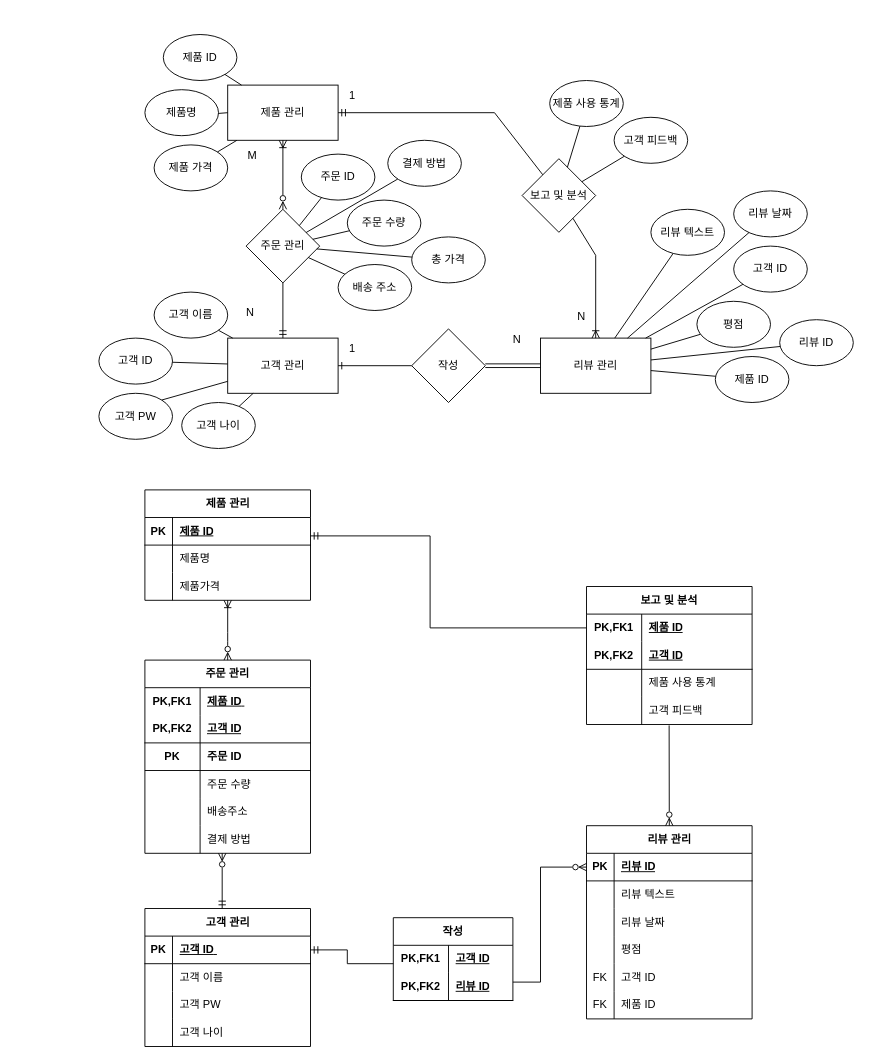
Earlier version of the draw.io diagram shopping_ERdiagram.drawio (yj1508/S_db_ERdiagram). Source tidied: cells renumbered, new cells numbered last; positions are measured from the earlier drawing's top-left corner, leaving out a move shared by most shapes. Both pictures are drawn from the tidied source at 92%, with x=0, y=0 at pixel (98, 34).
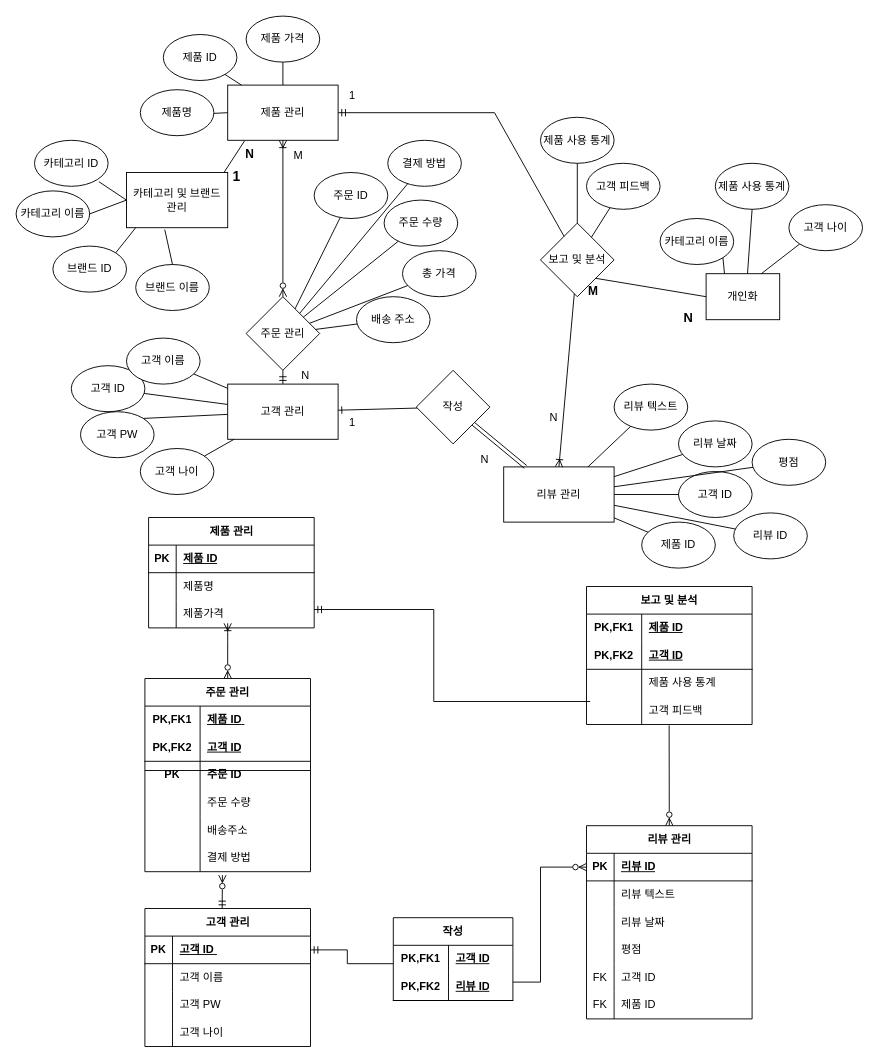
After the change.

The change refers to these unchanged cells:
```xml
<mxCell id="3" value="제품 관리" style="rounded=0;whiteSpace=wrap;html=1;" parent="1" vertex="1">
  <mxGeometry x="140" y="55" width="120" height="60" as="geometry" />
</mxCell>
<mxCell id="74" style="shape=tableRow;horizontal=0;startSize=0;swimlaneHead=0;swimlaneBody=0;fillColor=none;points=[[0,0.5],[1,0.5]];portConstraint=eastwest;top=0;left=0;right=0;bottom=0;" parent="67" vertex="1">
  <mxGeometry y="90" width="180" height="30" as="geometry" />
</mxCell>
<mxCell id="112" style="shape=tableRow;horizontal=0;startSize=0;swimlaneHead=0;swimlaneBody=0;fillColor=none;points=[[0,0.5],[1,0.5]];portConstraint=eastwest;top=0;left=0;right=0;bottom=0;html=1;" parent="96" vertex="1">
  <mxGeometry y="180" width="180" height="30" as="geometry" />
</mxCell>
<mxCell id="142" style="endArrow=none;html=1;rounded=0;dashed=1;dashPattern=1 2;strokeColor=none;" parent="1" edge="1">
  <mxGeometry relative="1" as="geometry">
    <mxPoint x="160" y="140" as="sourcePoint" />
    <mxPoint x="160" y="310" as="targetPoint" />
  </mxGeometry>
</mxCell>
<mxCell id="145" style="endArrow=none;html=1;rounded=0;dashed=1;dashPattern=1 2;strokeColor=none;" parent="1" edge="1">
  <mxGeometry relative="1" as="geometry">
    <mxPoint x="250" y="300" as="sourcePoint" />
    <mxPoint x="280" y="330" as="targetPoint" />
  </mxGeometry>
</mxCell>
<mxCell id="147" style="endArrow=none;html=1;rounded=0;strokeColor=none;" parent="1" edge="1">
  <mxGeometry relative="1" as="geometry">
    <mxPoint x="250" y="300" as="sourcePoint" />
    <mxPoint x="410" y="300" as="targetPoint" />
  </mxGeometry>
</mxCell>
<mxCell id="151" style="endArrow=none;html=1;rounded=0;strokeColor=none;" parent="1" edge="1">
  <mxGeometry relative="1" as="geometry">
    <mxPoint x="250" y="200" as="sourcePoint" />
    <mxPoint x="410" y="200" as="targetPoint" />
  </mxGeometry>
</mxCell>
```

Change to the diagram source:
```diff
@@
     <mxCell id="2" value="고객 관리" style="rounded=0;whiteSpace=wrap;html=1;" parent="1" vertex="1">
-      <mxGeometry x="140" y="330" width="120" height="60" as="geometry" />
+      <mxGeometry x="140" y="380" width="120" height="60" as="geometry" />
     </mxCell>
@@
     <mxCell id="4" value="주문 관리" style="rhombus;whiteSpace=wrap;html=1;" parent="1" vertex="1">
-      <mxGeometry x="160" y="190" width="80" height="80" as="geometry" />
+      <mxGeometry x="160" y="285" width="80" height="80" as="geometry" />
     </mxCell>
@@
     <mxCell id="6" value="제품명" style="ellipse;whiteSpace=wrap;html=1;" parent="1" vertex="1">
-      <mxGeometry x="50" y="60" width="80" height="50" as="geometry" />
+      <mxGeometry x="45" y="60" width="80" height="50" as="geometry" />
     </mxCell>
     <mxCell id="7" value="제품 가격" style="ellipse;whiteSpace=wrap;html=1;" parent="1" vertex="1">
-      <mxGeometry x="60" y="120" width="80" height="50" as="geometry" />
+      <mxGeometry x="160" y="-20" width="80" height="50" as="geometry" />
     </mxCell>
     <mxCell id="8" value="주문 ID" style="ellipse;whiteSpace=wrap;html=1;" parent="1" vertex="1">
-      <mxGeometry x="220" y="130" width="80" height="50" as="geometry" />
+      <mxGeometry x="234" y="150" width="80" height="50" as="geometry" />
     </mxCell>
     <mxCell id="9" value="주문 수량" style="ellipse;whiteSpace=wrap;html=1;" parent="1" vertex="1">
-      <mxGeometry x="270" y="180" width="80" height="50" as="geometry" />
+      <mxGeometry x="310" y="180" width="80" height="50" as="geometry" />
     </mxCell>
     <mxCell id="10" value="배송 주소" style="ellipse;whiteSpace=wrap;html=1;" parent="1" vertex="1">
-      <mxGeometry x="260" y="250" width="80" height="50" as="geometry" />
+      <mxGeometry x="280" y="285" width="80" height="50" as="geometry" />
     </mxCell>
@@
     <mxCell id="12" value="총 가격" style="ellipse;whiteSpace=wrap;html=1;" parent="1" vertex="1">
-      <mxGeometry x="340" y="220" width="80" height="50" as="geometry" />
+      <mxGeometry x="330" y="235" width="80" height="50" as="geometry" />
     </mxCell>
     <mxCell id="13" value="고객&amp;nbsp;ID" style="ellipse;whiteSpace=wrap;html=1;" parent="1" vertex="1">
-      <mxGeometry y="330" width="80" height="50" as="geometry" />
+      <mxGeometry x="-30" y="360" width="80" height="50" as="geometry" />
     </mxCell>
     <mxCell id="14" value="고객&amp;nbsp;PW" style="ellipse;whiteSpace=wrap;html=1;" parent="1" vertex="1">
-      <mxGeometry y="390" width="80" height="50" as="geometry" />
+      <mxGeometry x="-20" y="410" width="80" height="50" as="geometry" />
     </mxCell>
     <mxCell id="15" value="고객&amp;nbsp;이름" style="ellipse;whiteSpace=wrap;html=1;" parent="1" vertex="1">
-      <mxGeometry x="60" y="280" width="80" height="50" as="geometry" />
+      <mxGeometry x="30" y="330" width="80" height="50" as="geometry" />
     </mxCell>
     <mxCell id="16" value="고객&amp;nbsp;나이" style="ellipse;whiteSpace=wrap;html=1;" parent="1" vertex="1">
-      <mxGeometry x="90" y="400" width="80" height="50" as="geometry" />
+      <mxGeometry x="45" y="450" width="80" height="50" as="geometry" />
     </mxCell>
     <mxCell id="17" value="리뷰 관리" style="rounded=0;whiteSpace=wrap;html=1;" parent="1" vertex="1">
-      <mxGeometry x="480" y="330" width="120" height="60" as="geometry" />
+      <mxGeometry x="440" y="470" width="120" height="60" as="geometry" />
     </mxCell>
     <mxCell id="18" value="리뷰 ID" style="ellipse;whiteSpace=wrap;html=1;" parent="1" vertex="1">
-      <mxGeometry x="740" y="310" width="80" height="50" as="geometry" />
+      <mxGeometry x="690" y="520" width="80" height="50" as="geometry" />
     </mxCell>
     <mxCell id="19" value="제품 ID" style="ellipse;whiteSpace=wrap;html=1;" parent="1" vertex="1">
-      <mxGeometry x="670" y="350" width="80" height="50" as="geometry" />
+      <mxGeometry x="590" y="530" width="80" height="50" as="geometry" />
     </mxCell>
     <mxCell id="20" value="고객 ID" style="ellipse;whiteSpace=wrap;html=1;" parent="1" vertex="1">
-      <mxGeometry x="690" y="230" width="80" height="50" as="geometry" />
+      <mxGeometry x="630" y="475" width="80" height="50" as="geometry" />
     </mxCell>
     <mxCell id="21" value="평점" style="ellipse;whiteSpace=wrap;html=1;" parent="1" vertex="1">
-      <mxGeometry x="650" y="290" width="80" height="50" as="geometry" />
+      <mxGeometry x="710" y="440" width="80" height="50" as="geometry" />
     </mxCell>
     <mxCell id="22" value="리뷰 텍스트" style="ellipse;whiteSpace=wrap;html=1;" parent="1" vertex="1">
-      <mxGeometry x="600" y="190" width="80" height="50" as="geometry" />
+      <mxGeometry x="560" y="380" width="80" height="50" as="geometry" />
     </mxCell>
     <mxCell id="23" value="리뷰 날짜" style="ellipse;whiteSpace=wrap;html=1;" parent="1" vertex="1">
-      <mxGeometry x="690" y="170" width="80" height="50" as="geometry" />
+      <mxGeometry x="630" y="420" width="80" height="50" as="geometry" />
     </mxCell>
@@
     <mxCell id="25" value="작성" style="rhombus;whiteSpace=wrap;html=1;" parent="1" vertex="1">
-      <mxGeometry x="340" y="320" width="80" height="80" as="geometry" />
+      <mxGeometry x="345" y="365" width="80" height="80" as="geometry" />
     </mxCell>
@@
     <mxCell id="27" value="보고 및 분석" style="rhombus;whiteSpace=wrap;html=1;" parent="1" vertex="1">
-      <mxGeometry x="460" y="135" width="80" height="80" as="geometry" />
+      <mxGeometry x="480" y="205" width="80" height="80" as="geometry" />
     </mxCell>
     <mxCell id="28" style="endArrow=ERoneToMany;html=1;rounded=0;entryX=0.5;entryY=0;entryDx=0;entryDy=0;endFill=0;" parent="1" edge="1" source="27" target="17">
-      <mxGeometry relative="1" as="geometry">
-        <Array as="points">
-          <mxPoint x="540" y="240" />
-        </Array>
-      </mxGeometry>
+      <mxGeometry relative="1" as="geometry" />
     </mxCell>
@@
     <mxCell id="32" value="제품 사용 통계" style="ellipse;whiteSpace=wrap;html=1;" parent="1" vertex="1">
-      <mxGeometry x="490" y="50" width="80" height="50" as="geometry" />
+      <mxGeometry x="480" y="90" width="80" height="50" as="geometry" />
     </mxCell>
     <mxCell id="33" value="고객 피드백" style="ellipse;whiteSpace=wrap;html=1;" parent="1" vertex="1">
-      <mxGeometry x="560" y="90" width="80" height="50" as="geometry" />
+      <mxGeometry x="530" y="140" width="80" height="50" as="geometry" />
     </mxCell>
@@
     <mxCell id="67" value="제품 관리" style="shape=table;startSize=30;childLayout=tableLayout;rowLines=0;fontStyle=1;align=center;html=1;" parent="1" vertex="1">
-      <mxGeometry x="50" y="495" width="180" height="120" as="geometry" />
+      <mxGeometry x="54" y="525" width="180" height="120" as="geometry" />
     </mxCell>
@@
     <mxCell id="96" value="주문 관리" style="shape=table;startSize=30;childLayout=tableLayout;rowLines=0;fontStyle=1;align=center;html=1;whiteSpace=wrap;" parent="1" vertex="1">
-      <mxGeometry x="50" y="680" width="180" height="210" as="geometry" />
+      <mxGeometry x="50" y="700" width="180" height="210" as="geometry" />
     </mxCell>
@@
-    <mxCell id="136" style="endArrow=ERoneToMany;html=1;rounded=0;exitX=0.5;exitY=0;exitDx=0;exitDy=0;startArrow=ERzeroToMany;startFill=0;endFill=0;fontSize=13;strokeWidth=1;" parent="1" edge="1" source="96" target="74">
+    <mxCell id="136" style="endArrow=ERoneToMany;html=1;rounded=0;exitX=0.5;exitY=0;exitDx=0;exitDy=0;startArrow=ERzeroToMany;startFill=0;endFill=0;fontSize=13;strokeWidth=1;" parent="1" edge="1" source="96">
       <mxGeometry relative="1" as="geometry">
+        <mxPoint x="140" y="640" as="targetPoint" />
         <Array as="points">
           <mxPoint x="140" y="660" />
           <mxPoint x="140" y="650" />
         </Array>
       </mxGeometry>
     </mxCell>
-    <mxCell id="137" style="endArrow=ERzeroToMany;html=1;rounded=0;startArrow=ERmandOne;startFill=0;endFill=0;" parent="1" edge="1">
+    <mxCell id="137" style="endArrow=ERzeroToMany;html=1;rounded=0;startArrow=ERmandOne;startFill=0;endFill=0;entryX=0.468;entryY=1.124;entryDx=0;entryDy=0;entryPerimeter=0;" parent="1" edge="1" target="112">
       <mxGeometry relative="1" as="geometry">
         <mxPoint x="134" y="950" as="sourcePoint" />
-        <mxPoint x="134" y="890" as="targetPoint" />
       </mxGeometry>
     </mxCell>
@@
     <mxCell id="140" style="endArrow=none;html=1;rounded=0;endFill=0;startArrow=ERmandOne;startFill=0;" parent="1" edge="1">
       <mxGeometry relative="1" as="geometry">
-        <mxPoint x="230" y="545" as="sourcePoint" />
-        <mxPoint x="530" y="645" as="targetPoint" />
+        <mxPoint x="234" y="625" as="sourcePoint" />
+        <mxPoint x="534" y="725" as="targetPoint" />
         <Array as="points">
-          <mxPoint x="360" y="545" />
-          <mxPoint x="360" y="645" />
+          <mxPoint x="364" y="625" />
+          <mxPoint x="364" y="725" />
         </Array>
       </mxGeometry>
     </mxCell>
@@
     <mxCell id="143" value="M" style="html=1;whiteSpace=wrap;align=left;verticalAlign=bottom;" parent="142" vertex="1">
-      <mxGeometry x="-1" relative="1" as="geometry" />
+      <mxGeometry x="-1" relative="1" as="geometry">
+        <mxPoint x="50" as="offset" />
+      </mxGeometry>
     </mxCell>
     <mxCell id="144" value="N" style="html=1;whiteSpace=wrap;align=right;verticalAlign=bottom;" parent="142" vertex="1">
       <mxGeometry x="1" relative="1" as="geometry">
-        <mxPoint x="10" as="offset" />
+        <mxPoint x="70" y="69" as="offset" />
       </mxGeometry>
     </mxCell>
@@
     <mxCell id="146" value="1" style="html=1;whiteSpace=wrap;align=right;verticalAlign=bottom;" parent="145" vertex="1">
       <mxGeometry x="1" relative="1" as="geometry">
-        <mxPoint y="20" as="offset" />
+        <mxPoint y="100" as="offset" />
       </mxGeometry>
     </mxCell>
@@
     <mxCell id="148" value="N" style="html=1;whiteSpace=wrap;align=right;verticalAlign=bottom;" parent="147" vertex="1">
       <mxGeometry x="1" relative="1" as="geometry">
-        <mxPoint x="50" y="40" as="offset" />
+        <mxPoint x="15" y="170" as="offset" />
       </mxGeometry>
     </mxCell>
@@
     <mxCell id="152" value="N" style="html=1;whiteSpace=wrap;align=right;verticalAlign=bottom;" parent="151" vertex="1">
       <mxGeometry x="1" relative="1" as="geometry">
-        <mxPoint x="120" y="115" as="offset" />
+        <mxPoint x="90" y="225" as="offset" />
       </mxGeometry>
     </mxCell>
+    <mxCell id="153" value="개인화" style="rounded=0;whiteSpace=wrap;html=1;" parent="1" vertex="1">
+      <mxGeometry x="660" y="260" width="80" height="50" as="geometry" />
+    </mxCell>
+    <mxCell id="154" style="endArrow=none;html=1;rounded=0;entryX=0.153;entryY=1.009;entryDx=0;entryDy=0;entryPerimeter=0;" parent="1" edge="1" target="3">
+      <mxGeometry relative="1" as="geometry">
+        <mxPoint x="110" y="190" as="sourcePoint" />
+      </mxGeometry>
+    </mxCell>
+    <mxCell id="155" value="카테고리 및 브랜드 관리" style="rounded=0;whiteSpace=wrap;html=1;" parent="1" vertex="1">
+      <mxGeometry x="30" y="150" width="110" height="60" as="geometry" />
+    </mxCell>
+    <mxCell id="156" value="브랜드 이름" style="ellipse;whiteSpace=wrap;html=1;direction=west;" parent="1" vertex="1">
+      <mxGeometry x="40" y="250" width="80" height="50" as="geometry" />
+    </mxCell>
+    <mxCell id="157" value="카테고리 ID" style="ellipse;whiteSpace=wrap;html=1;direction=west;" parent="1" vertex="1">
+      <mxGeometry x="-70" y="115" width="80" height="50" as="geometry" />
+    </mxCell>
+    <mxCell id="158" value="카테고리 이름" style="ellipse;whiteSpace=wrap;html=1;direction=west;" parent="1" vertex="1">
+      <mxGeometry x="-90" y="170" width="80" height="50" as="geometry" />
+    </mxCell>
+    <mxCell id="159" style="endArrow=none;html=1;rounded=0;entryX=0;entryY=0.5;entryDx=0;entryDy=0;" parent="1" edge="1" target="155">
+      <mxGeometry relative="1" as="geometry">
+        <mxPoint y="160" as="sourcePoint" />
+      </mxGeometry>
+    </mxCell>
+    <mxCell id="160" style="endArrow=none;html=1;rounded=0;entryX=0;entryY=0.5;entryDx=0;entryDy=0;exitX=0;exitY=0.5;exitDx=0;exitDy=0;" parent="1" edge="1" source="158" target="155">
+      <mxGeometry relative="1" as="geometry" />
+    </mxCell>
+    <mxCell id="161" value="브랜드 ID" style="ellipse;whiteSpace=wrap;html=1;direction=west;" parent="1" vertex="1">
+      <mxGeometry x="-50" y="230" width="80" height="50" as="geometry" />
+    </mxCell>
+    <mxCell id="162" style="endArrow=none;html=1;rounded=0;exitX=0;exitY=1;exitDx=0;exitDy=0;" parent="1" edge="1" source="161">
+      <mxGeometry relative="1" as="geometry">
+        <mxPoint x="40" y="210" as="targetPoint" />
+      </mxGeometry>
+    </mxCell>
+    <mxCell id="163" style="endArrow=none;html=1;rounded=0;entryX=0.5;entryY=1;entryDx=0;entryDy=0;exitX=0.378;exitY=1.035;exitDx=0;exitDy=0;exitPerimeter=0;" parent="1" edge="1" source="155" target="156">
+      <mxGeometry relative="1" as="geometry" />
+    </mxCell>
+    <mxCell id="164" style="endArrow=none;html=1;rounded=0;strokeColor=none;" parent="1" edge="1">
+      <mxGeometry relative="1" as="geometry">
+        <mxPoint y="148.8" as="sourcePoint" />
+        <mxPoint x="160" y="148.8" as="targetPoint" />
+      </mxGeometry>
+    </mxCell>
+    <mxCell id="165" value="1" style="html=1;whiteSpace=wrap;align=right;verticalAlign=bottom;fontSize=15;fontStyle=1;" parent="164" vertex="1">
+      <mxGeometry x="1" relative="1" as="geometry">
+        <mxPoint x="-5" y="16" as="offset" />
+      </mxGeometry>
+    </mxCell>
+    <mxCell id="166" style="endArrow=none;html=1;rounded=0;dashed=1;dashPattern=1 2;strokeColor=none;fontStyle=1;fontSize=13;" parent="1" edge="1">
+      <mxGeometry relative="1" as="geometry">
+        <mxPoint x="310" y="230" as="sourcePoint" />
+        <mxPoint x="470" y="230" as="targetPoint" />
+      </mxGeometry>
+    </mxCell>
+    <mxCell id="167" value="N" style="html=1;whiteSpace=wrap;align=right;verticalAlign=bottom;fontStyle=1;fontSize=13;" parent="166" vertex="1">
+      <mxGeometry x="1" relative="1" as="geometry">
+        <mxPoint x="-300" y="-90" as="offset" />
+      </mxGeometry>
+    </mxCell>
+    <mxCell id="168" style="endArrow=none;html=1;rounded=0;exitX=1;exitY=1;exitDx=0;exitDy=0;entryX=0;entryY=0.5;entryDx=0;entryDy=0;" parent="1" edge="1" source="27" target="153">
+      <mxGeometry relative="1" as="geometry" />
+    </mxCell>
+    <mxCell id="169" value="카테고리 이름" style="ellipse;whiteSpace=wrap;html=1;" parent="1" vertex="1">
+      <mxGeometry x="610" y="200" width="80" height="50" as="geometry" />
+    </mxCell>
+    <mxCell id="170" style="endArrow=none;html=1;rounded=0;entryX=1;entryY=1;entryDx=0;entryDy=0;" parent="1" edge="1" target="169">
+      <mxGeometry relative="1" as="geometry">
+        <mxPoint x="680" y="260" as="sourcePoint" />
+      </mxGeometry>
+    </mxCell>
+    <mxCell id="171" value="제품 사용 통계" style="ellipse;whiteSpace=wrap;html=1;" parent="1" vertex="1">
+      <mxGeometry x="670" y="140" width="80" height="50" as="geometry" />
+    </mxCell>
+    <mxCell id="172" style="endArrow=none;html=1;rounded=0;entryX=0.5;entryY=1;entryDx=0;entryDy=0;" parent="1" edge="1" target="171">
+      <mxGeometry relative="1" as="geometry">
+        <mxPoint x="705" y="260" as="sourcePoint" />
+      </mxGeometry>
+    </mxCell>
+    <mxCell id="173" value="고객 나이" style="ellipse;whiteSpace=wrap;html=1;" parent="1" vertex="1">
+      <mxGeometry x="750" y="185" width="80" height="50" as="geometry" />
+    </mxCell>
+    <mxCell id="174" style="endArrow=none;html=1;rounded=0;entryX=0;entryY=1;entryDx=0;entryDy=0;" parent="1" edge="1" target="173">
+      <mxGeometry relative="1" as="geometry">
+        <mxPoint x="720" y="260" as="sourcePoint" />
+      </mxGeometry>
+    </mxCell>
+    <mxCell id="175" value="&lt;font style=&quot;font-size: 14px;&quot;&gt;N&lt;/font&gt;" style="html=1;whiteSpace=wrap;align=right;verticalAlign=bottom;fontStyle=1;fontSize=13;" parent="1" vertex="1">
+      <mxGeometry x="180" y="150" as="geometry">
+        <mxPoint x="467" y="168" as="offset" />
+      </mxGeometry>
+    </mxCell>
+    <mxCell id="176" value="&lt;font style=&quot;font-size: 13px;&quot;&gt;M&lt;/font&gt;" style="html=1;whiteSpace=wrap;align=left;verticalAlign=bottom;fontStyle=1;" parent="1" vertex="1">
+      <mxGeometry x="220" y="150" as="geometry">
+        <mxPoint x="310" y="139" as="offset" />
+      </mxGeometry>
+    </mxCell>
```
